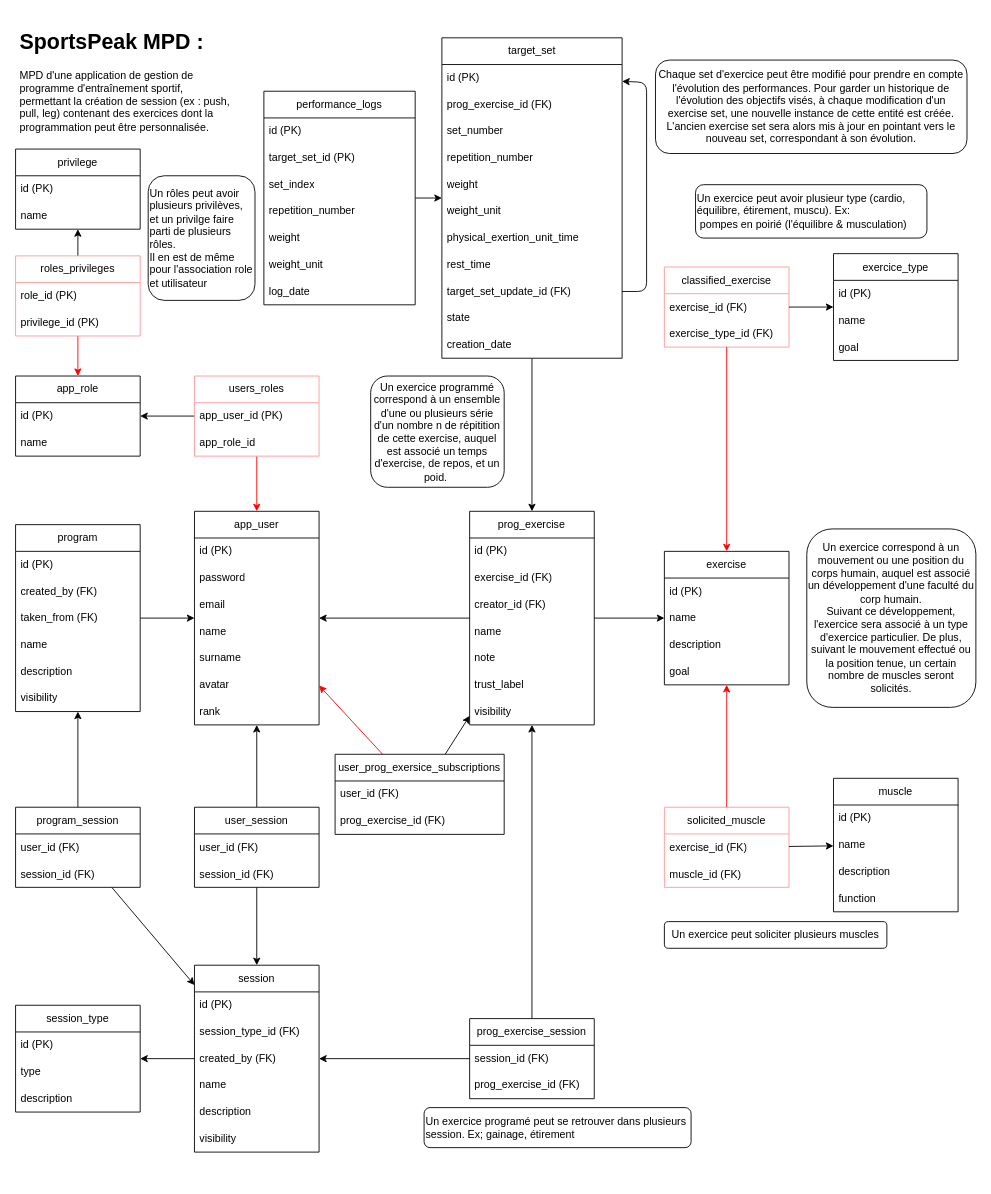
Above: page "DB schema" (1 of 2) of BDD.drawio in CptFranck/SportsPeakBACK (draw.io), before the change. Source tidied: cells renumbered, new cells numbered last; positions are measured from the earlier drawing's top-left corner, leaving out a move shared by most shapes. Both pictures are drawn from the tidied source at 89%, with x=0, y=0 at pixel (15, 24).
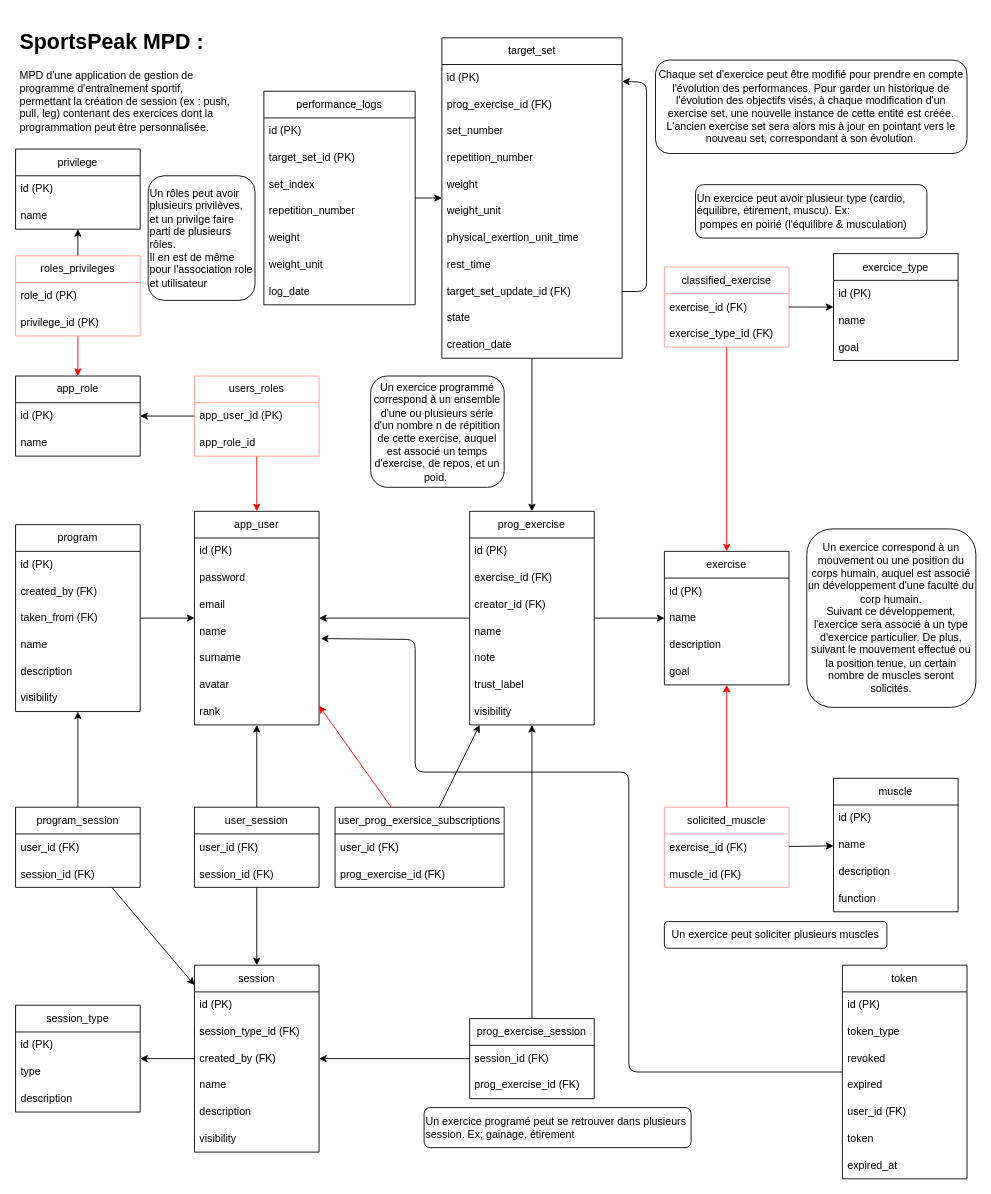
After the change.

The edit, as a diff of the source:
```diff
@@
     <mxCell id="86" value="user_prog_exersice_subscriptions" style="swimlane;fontStyle=0;horizontal=1;startSize=30;whiteSpace=wrap;html=1;swimlaneFillColor=default;fontColor=default;" parent="1" vertex="1">
-      <mxGeometry x="359" y="820" width="190" height="90" as="geometry" />
+      <mxGeometry x="359" y="879.5" width="190" height="90" as="geometry" />
     </mxCell>
@@
+    <mxCell id="131" style="edgeStyle=none;html=1;" parent="1" edge="1" source="132">
+      <mxGeometry relative="1" as="geometry">
+        <mxPoint x="343" y="690" as="targetPoint" />
+        <Array as="points">
+          <mxPoint x="689" y="1177" />
+          <mxPoint x="689" y="840" />
+          <mxPoint x="449" y="840" />
+          <mxPoint x="449" y="691" />
+        </Array>
+      </mxGeometry>
+    </mxCell>
+    <mxCell id="132" value="token" style="swimlane;fontStyle=0;horizontal=1;startSize=30;whiteSpace=wrap;html=1;swimlaneFillColor=default;fontColor=default;" parent="1" vertex="1">
+      <mxGeometry x="929" y="1057" width="140" height="240" as="geometry" />
+    </mxCell>
+    <mxCell id="133" value="&lt;div style=&quot;text-align: center;&quot;&gt;&lt;span style=&quot;background-color: transparent;&quot;&gt;id (PK)&lt;/span&gt;&lt;/div&gt;" style="text;strokeColor=none;fillColor=none;align=left;verticalAlign=middle;spacingLeft=4;spacingRight=4;overflow=hidden;whiteSpace=wrap;html=1;fontColor=default;" parent="132" vertex="1">
+      <mxGeometry y="30" width="140" height="30" as="geometry" />
+    </mxCell>
+    <mxCell id="134" value="&lt;div style=&quot;text-align: center;&quot;&gt;&lt;span style=&quot;background-color: transparent;&quot;&gt;token_type&lt;/span&gt;&lt;/div&gt;" style="text;strokeColor=none;fillColor=none;align=left;verticalAlign=middle;spacingLeft=4;spacingRight=4;overflow=hidden;whiteSpace=wrap;html=1;fontColor=default;" parent="132" vertex="1">
+      <mxGeometry y="60" width="140" height="30" as="geometry" />
+    </mxCell>
+    <mxCell id="135" value="&lt;div style=&quot;text-align: center;&quot;&gt;&lt;span style=&quot;background-color: transparent;&quot;&gt;revoked&lt;/span&gt;&lt;/div&gt;" style="text;strokeColor=none;fillColor=none;align=left;verticalAlign=middle;spacingLeft=4;spacingRight=4;overflow=hidden;whiteSpace=wrap;html=1;fontColor=default;" parent="132" vertex="1">
+      <mxGeometry y="90" width="140" height="30" as="geometry" />
+    </mxCell>
+    <mxCell id="136" value="&lt;div style=&quot;text-align: center;&quot;&gt;&lt;span style=&quot;background-color: transparent;&quot;&gt;expired&lt;/span&gt;&lt;/div&gt;" style="text;strokeColor=none;fillColor=none;align=left;verticalAlign=middle;spacingLeft=4;spacingRight=4;overflow=hidden;whiteSpace=wrap;html=1;fontColor=default;" parent="132" vertex="1">
+      <mxGeometry y="120" width="140" height="30" as="geometry" />
+    </mxCell>
+    <mxCell id="137" value="&lt;div style=&quot;text-align: center;&quot;&gt;&lt;span style=&quot;background-color: transparent;&quot;&gt;user_id (FK)&lt;/span&gt;&lt;/div&gt;" style="text;strokeColor=none;fillColor=none;align=left;verticalAlign=middle;spacingLeft=4;spacingRight=4;overflow=hidden;whiteSpace=wrap;html=1;fontColor=default;" parent="132" vertex="1">
+      <mxGeometry y="150" width="140" height="30" as="geometry" />
+    </mxCell>
+    <mxCell id="138" value="&lt;div style=&quot;text-align: center;&quot;&gt;&lt;span style=&quot;background-color: transparent;&quot;&gt;token&lt;/span&gt;&lt;/div&gt;" style="text;strokeColor=none;fillColor=none;align=left;verticalAlign=middle;spacingLeft=4;spacingRight=4;overflow=hidden;whiteSpace=wrap;html=1;fontColor=default;" parent="132" vertex="1">
+      <mxGeometry y="180" width="140" height="30" as="geometry" />
+    </mxCell>
+    <mxCell id="139" value="&lt;div style=&quot;text-align: center;&quot;&gt;&lt;span style=&quot;background-color: transparent;&quot;&gt;expired_at&lt;/span&gt;&lt;/div&gt;" style="text;strokeColor=none;fillColor=none;align=left;verticalAlign=middle;spacingLeft=4;spacingRight=4;overflow=hidden;whiteSpace=wrap;html=1;fontColor=default;" parent="132" vertex="1">
+      <mxGeometry y="210" width="140" height="30" as="geometry" />
+    </mxCell>
```
